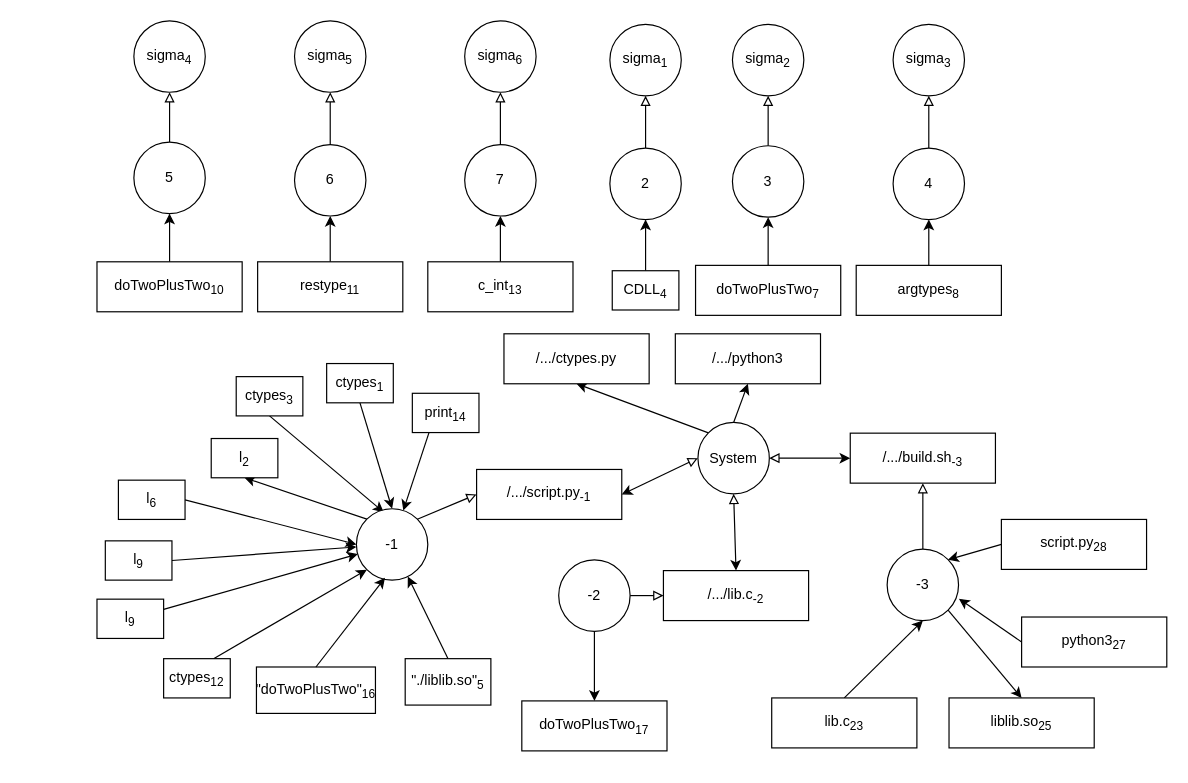
UberDever/crosslingual-analysis keeps this draw.io diagram as reports/sem3/Python.shell.c.graph.drawio. Above is the earlier version. Source tidied: cells renumbered, new cells numbered last; positions are measured from the earlier drawing's top-left corner, leaving out a move shared by most shapes. Both pictures are drawn from the tidied source at 119%, with x=0, y=0 at pixel (96, 20).
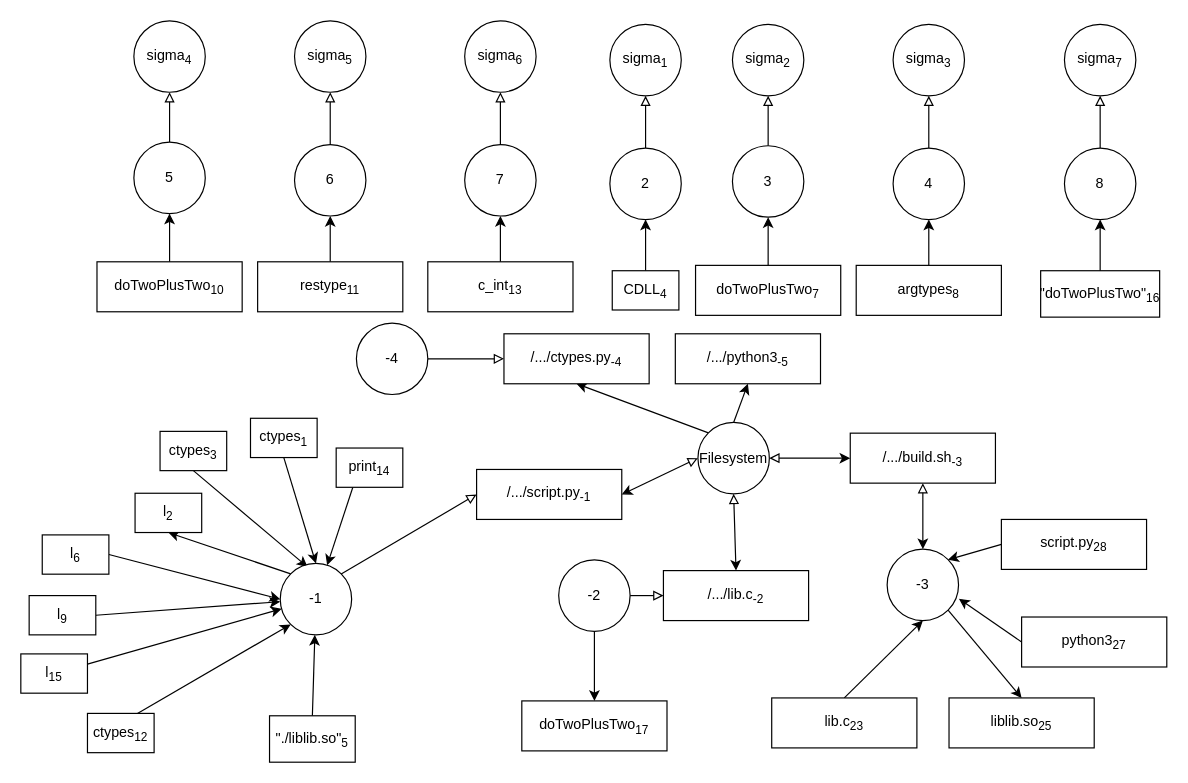
After the change.

Unchanged cells that the change refers to:
```xml
<mxCell id="4" value="-3" style="ellipse;whiteSpace=wrap;html=1;" parent="1" vertex="1">
  <mxGeometry x="664" y="444" width="60" height="60" as="geometry" />
</mxCell>
<mxCell id="69" value="/.../build.sh&lt;sub&gt;-3&lt;/sub&gt;" style="rounded=0;whiteSpace=wrap;html=1;" parent="1" vertex="1">
  <mxGeometry x="633" y="346.5" width="122" height="42" as="geometry" />
</mxCell>
```

The edit, as a diff of the source:
```diff
@@
-    <mxCell id="2" style="edgeStyle=none;shape=connector;rounded=0;jettySize=auto;html=1;exitX=0.5;exitY=0;exitDx=0;exitDy=0;labelBackgroundColor=default;strokeColor=default;align=center;verticalAlign=middle;fontFamily=Helvetica;fontSize=11;fontColor=default;endArrow=block;endFill=0;" parent="1" edge="1" source="4" target="69">
+    <mxCell id="2" style="edgeStyle=none;shape=connector;rounded=0;jettySize=auto;html=1;exitX=0.5;exitY=0;exitDx=0;exitDy=0;labelBackgroundColor=default;strokeColor=default;align=center;verticalAlign=middle;fontFamily=Helvetica;fontSize=11;fontColor=default;endArrow=block;endFill=0;startArrow=classic;startFill=1;" parent="1" edge="1" source="4" target="69">
       <mxGeometry relative="1" as="geometry" />
     </mxCell>
@@
-    <mxCell id="12" value="System" style="ellipse;whiteSpace=wrap;html=1;direction=south;" parent="1" vertex="1">
+    <mxCell id="12" value="Filesystem" style="ellipse;whiteSpace=wrap;html=1;direction=south;" parent="1" vertex="1">
       <mxGeometry x="505" y="337.5" width="60" height="60" as="geometry" />
     </mxCell>
@@
     <mxCell id="14" value="&lt;div&gt;ctypes&lt;sub&gt;1&lt;/sub&gt;&lt;/div&gt;" style="rounded=0;whiteSpace=wrap;html=1;" parent="1" vertex="1">
-      <mxGeometry x="193" y="288" width="56" height="33" as="geometry" />
+      <mxGeometry x="129" y="334" width="56" height="33" as="geometry" />
     </mxCell>
@@
     <mxCell id="16" value="&lt;div&gt;ctypes&lt;sub&gt;3&lt;/sub&gt;&lt;/div&gt;" style="rounded=0;whiteSpace=wrap;html=1;" parent="1" vertex="1">
-      <mxGeometry x="117" y="299" width="56" height="33" as="geometry" />
+      <mxGeometry x="53" y="345" width="56" height="33" as="geometry" />
     </mxCell>
@@
     <mxCell id="18" value="&lt;div&gt;ctypes&lt;sub&gt;12&lt;/sub&gt;&lt;/div&gt;" style="rounded=0;whiteSpace=wrap;html=1;" parent="1" vertex="1">
-      <mxGeometry x="56" y="536" width="56" height="33" as="geometry" />
+      <mxGeometry x="-8" y="582" width="56" height="33" as="geometry" />
     </mxCell>
@@
     <mxCell id="21" value="-1" style="ellipse;whiteSpace=wrap;html=1;" parent="1" vertex="1">
-      <mxGeometry x="218" y="410" width="60" height="60" as="geometry" />
+      <mxGeometry x="154" y="456" width="60" height="60" as="geometry" />
     </mxCell>
     <mxCell id="22" value="l&lt;sub&gt;2&lt;/sub&gt;" style="rounded=0;whiteSpace=wrap;html=1;" parent="1" vertex="1">
-      <mxGeometry x="96" y="351" width="56" height="33" as="geometry" />
+      <mxGeometry x="32" y="397" width="56" height="33" as="geometry" />
     </mxCell>
@@
     <mxCell id="29" value="&quot;./liblib.so&quot;&lt;sub&gt;5&lt;/sub&gt;" style="rounded=0;whiteSpace=wrap;html=1;" parent="1" vertex="1">
-      <mxGeometry x="259" y="536" width="72" height="39" as="geometry" />
+      <mxGeometry x="145" y="584" width="72" height="39" as="geometry" />
     </mxCell>
@@
     <mxCell id="31" value="&lt;div&gt;l&lt;sub&gt;6&lt;/sub&gt;&lt;/div&gt;" style="rounded=0;whiteSpace=wrap;html=1;" parent="1" vertex="1">
-      <mxGeometry x="18" y="386" width="56" height="33" as="geometry" />
+      <mxGeometry x="-46" y="432" width="56" height="33" as="geometry" />
     </mxCell>
@@
     <mxCell id="33" value="&lt;div&gt;l&lt;sub&gt;9&lt;/sub&gt;&lt;/div&gt;" style="rounded=0;whiteSpace=wrap;html=1;" parent="1" vertex="1">
-      <mxGeometry x="7" y="437" width="56" height="33" as="geometry" />
+      <mxGeometry x="-57" y="483" width="56" height="33" as="geometry" />
     </mxCell>
@@
     <mxCell id="60" value="print&lt;sub&gt;14&lt;/sub&gt;" style="rounded=0;whiteSpace=wrap;html=1;" parent="1" vertex="1">
-      <mxGeometry x="265" y="313" width="56" height="33" as="geometry" />
+      <mxGeometry x="201" y="359" width="56" height="33" as="geometry" />
     </mxCell>
-    <mxCell id="61" value="&quot;doTwoPlusTwo&quot;&lt;sub&gt;16&lt;/sub&gt;" style="rounded=0;whiteSpace=wrap;html=1;" parent="1" vertex="1">
-      <mxGeometry x="134" y="543" width="100" height="39" as="geometry" />
-    </mxCell>
-    <mxCell id="62" style="edgeStyle=none;shape=connector;rounded=0;jettySize=auto;html=1;exitX=0.5;exitY=0;exitDx=0;exitDy=0;entryX=0.4;entryY=0.967;entryDx=0;entryDy=0;entryPerimeter=0;labelBackgroundColor=default;strokeColor=default;align=center;verticalAlign=middle;fontFamily=Helvetica;fontSize=11;fontColor=default;endArrow=classic;" parent="1" edge="1" source="61" target="21">
-      <mxGeometry relative="1" as="geometry" />
-    </mxCell>
@@
-    <mxCell id="64" value="&lt;div&gt;l&lt;sub&gt;9&lt;/sub&gt;&lt;/div&gt;" style="rounded=0;whiteSpace=wrap;html=1;" parent="1" vertex="1">
-      <mxGeometry y="486" width="56" height="33" as="geometry" />
+    <mxCell id="64" value="&lt;div&gt;l&lt;sub&gt;15&lt;/sub&gt;&lt;/div&gt;" style="rounded=0;whiteSpace=wrap;html=1;" parent="1" vertex="1">
+      <mxGeometry x="-64" y="532" width="56" height="33" as="geometry" />
     </mxCell>
@@
-    <mxCell id="68" value="/.../ctypes.py" style="rounded=0;whiteSpace=wrap;html=1;" parent="1" vertex="1">
+    <mxCell id="68" value="/.../ctypes.py&lt;sub&gt;-4&lt;/sub&gt;" style="rounded=0;whiteSpace=wrap;html=1;" parent="1" vertex="1">
       <mxGeometry x="342" y="263" width="122" height="42" as="geometry" />
     </mxCell>
@@
-    <mxCell id="78" value="/.../python3" style="rounded=0;whiteSpace=wrap;html=1;" parent="1" vertex="1">
+    <mxCell id="78" value="/.../python3&lt;sub&gt;-5&lt;/sub&gt;" style="rounded=0;whiteSpace=wrap;html=1;" parent="1" vertex="1">
       <mxGeometry x="486" y="263" width="122" height="42" as="geometry" />
     </mxCell>
+    <mxCell id="79" style="edgeStyle=none;shape=connector;rounded=0;jettySize=auto;html=1;exitX=0.5;exitY=0;exitDx=0;exitDy=0;labelBackgroundColor=default;strokeColor=default;align=center;verticalAlign=middle;fontFamily=Helvetica;fontSize=11;fontColor=default;endArrow=block;endFill=0;" parent="1" edge="1" source="80" target="81">
+      <mxGeometry relative="1" as="geometry" />
+    </mxCell>
+    <mxCell id="80" value="8" style="ellipse;whiteSpace=wrap;html=1;" parent="1" vertex="1">
+      <mxGeometry x="813" y="107" width="60" height="60" as="geometry" />
+    </mxCell>
+    <mxCell id="81" value="&lt;div&gt;sigma&lt;sub&gt;7&lt;/sub&gt;&lt;/div&gt;" style="ellipse;whiteSpace=wrap;html=1;" parent="1" vertex="1">
+      <mxGeometry x="813" y="3" width="60" height="60" as="geometry" />
+    </mxCell>
+    <mxCell id="82" style="edgeStyle=none;shape=connector;rounded=0;jettySize=auto;html=1;exitX=0.5;exitY=0.077;exitDx=0;exitDy=0;entryX=0.5;entryY=1;entryDx=0;entryDy=0;labelBackgroundColor=default;strokeColor=default;align=center;verticalAlign=middle;fontFamily=Helvetica;fontSize=11;fontColor=default;endArrow=classic;exitPerimeter=0;" parent="1" edge="1" source="61" target="80">
+      <mxGeometry relative="1" as="geometry" />
+    </mxCell>
+    <mxCell id="61" value="&quot;doTwoPlusTwo&quot;&lt;sub&gt;16&lt;/sub&gt;" style="rounded=0;whiteSpace=wrap;html=1;" parent="1" vertex="1">
+      <mxGeometry x="793" y="210" width="100" height="39" as="geometry" />
+    </mxCell>
+    <mxCell id="83" style="edgeStyle=orthogonalEdgeStyle;rounded=0;jettySize=auto;html=1;exitX=0.5;exitY=0;exitDx=0;exitDy=0;entryX=0;entryY=0.5;entryDx=0;entryDy=0;endArrow=block;endFill=0;" parent="1" edge="1" source="84" target="68">
+      <mxGeometry relative="1" as="geometry" />
+    </mxCell>
+    <mxCell id="84" value="-4" style="ellipse;whiteSpace=wrap;html=1;direction=south;" parent="1" vertex="1">
+      <mxGeometry x="218" y="254" width="60" height="60" as="geometry" />
+    </mxCell>
```
